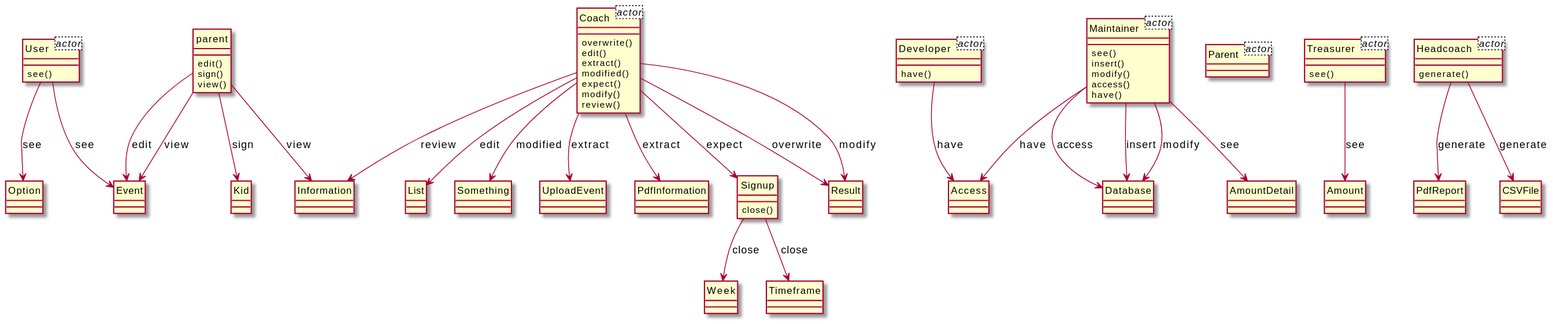
xixixhalu/DomainModelExtractor keeps this PlantUML diagram as output/diagram_5/2017-USC-Project03.svg. Above is the earlier version. The source it was exported from:
```plantuml
@startuml
hide circle
class User<actor> {
}
class Coach<actor> {
}
class Developer<actor> {
}
class Parent<actor> {
}
class Treasurer<actor> {
}
class Maintainer<actor> {
}
class Headcoach<actor> {
}
class Coach {
	overwrite()
	edit()
	extract()
	modified()
	expect()
	modify()
	review()
}
class UploadEvent {
}
class PdfInformation {
}
class Maintainer {
	see()
	insert()
	modify()
	access()
	have()
}
class Database {
}
class AmountDetail {
}
class Signup {
	close()
}
class Headcoach {
	generate()
}
class PdfReport {
}
class Access {
}
class parent {
	edit()
	sign()
	view()
}
class Kid {
}
class Developer {
	have()
}
class Result {
}
class Information {
}
class Event {
}
class User {
	see()
}
class Week {
}
class Timeframe {
}
class List {
}
class Option {
}
class CSVFile {
}
class Something {
}
class Treasurer {
	see()
}
class Amount {
}
User --> Event : see
Coach --> PdfInformation : extract
Maintainer --> Database : access
parent --> Event : view
Signup --> Week : close
parent --> Kid : sign
Maintainer --> Database : insert
Signup --> Timeframe : close
Maintainer --> AmountDetail : see
Coach --> List : edit
Coach --> Signup : expect
Coach --> Result : overwrite
Headcoach --> PdfReport : generate
Maintainer --> Access : have
User --> Option : see
Headcoach --> CSVFile : generate
Developer --> Access : have
Maintainer --> Database : modify
parent --> Information : view
Coach --> Result : modify
Coach --> Something : modified
Coach --> Information : review
Treasurer --> Amount : see
parent --> Event : edit
Coach --> UploadEvent : extract
@enduml
```
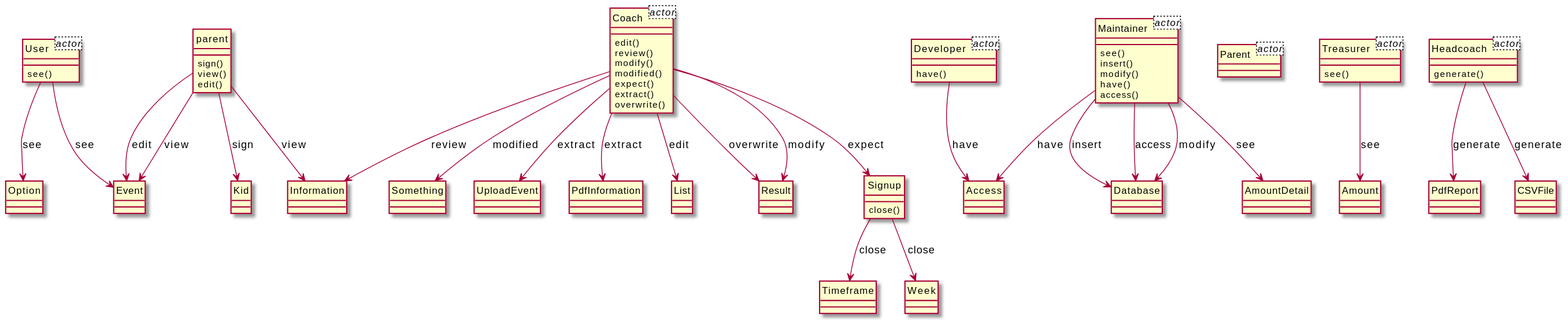
Above is the later version.

What changed in the source:
```diff
@@ -14,99 +14,99 @@
 }
 class Headcoach<actor> {
 }
-class Coach {
-	overwrite()
+class parent {
+	sign()
+	view()
 	edit()
-	extract()
-	modified()
-	expect()
-	modify()
-	review()
 }
-class UploadEvent {
-}
-class PdfInformation {
+class Kid {
 }
 class Maintainer {
 	see()
 	insert()
 	modify()
+	have()
 	access()
-	have()
 }
 class Database {
 }
-class AmountDetail {
+class Coach {
+	edit()
+	review()
+	modify()
+	modified()
+	expect()
+	extract()
+	overwrite()
+}
+class PdfInformation {
+}
+class List {
+}
+class Result {
 }
 class Signup {
 	close()
+}
+class Timeframe {
+}
+class Developer {
+	have()
+}
+class Access {
+}
+class Treasurer {
+	see()
+}
+class Amount {
+}
+class Information {
+}
+class Event {
+}
+class Something {
+}
+class Week {
 }
 class Headcoach {
 	generate()
 }
 class PdfReport {
 }
-class Access {
-}
-class parent {
-	edit()
-	sign()
-	view()
-}
-class Kid {
-}
-class Developer {
-	have()
-}
-class Result {
-}
-class Information {
-}
-class Event {
-}
 class User {
 	see()
 }
-class Week {
+class Option {
 }
-class Timeframe {
+class UploadEvent {
 }
-class List {
-}
-class Option {
+class AmountDetail {
 }
 class CSVFile {
 }
-class Something {
-}
-class Treasurer {
-	see()
-}
-class Amount {
-}
-User --> Event : see
+Headcoach --> PdfReport : generate
+Developer --> Access : have
+Treasurer --> Amount : see
+Maintainer --> Database : insert
+Maintainer --> Access : have
+Coach --> Result : overwrite
+Coach --> Information : review
 Coach --> PdfInformation : extract
 Maintainer --> Database : access
+Coach --> List : edit
+Signup --> Timeframe : close
+User --> Event : see
+User --> Option : see
+Coach --> Result : modify
+Coach --> UploadEvent : extract
+parent --> Information : view
+Coach --> Signup : expect
 parent --> Event : view
+parent --> Event : edit
+Maintainer --> AmountDetail : see
+Coach --> Something : modified
+Headcoach --> CSVFile : generate
 Signup --> Week : close
+Maintainer --> Database : modify
 parent --> Kid : sign
-Maintainer --> Database : insert
-Signup --> Timeframe : close
-Maintainer --> AmountDetail : see
-Coach --> List : edit
-Coach --> Signup : expect
-Coach --> Result : overwrite
-Headcoach --> PdfReport : generate
-Maintainer --> Access : have
-User --> Option : see
-Headcoach --> CSVFile : generate
-Developer --> Access : have
-Maintainer --> Database : modify
-parent --> Information : view
-Coach --> Result : modify
-Coach --> Something : modified
-Coach --> Information : review
-Treasurer --> Amount : see
-parent --> Event : edit
-Coach --> UploadEvent : extract
 @enduml
```
